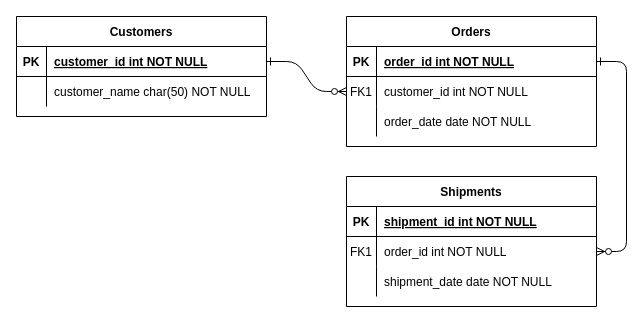
This is Untitled Diagram.drawio from 7ricard/shopify-youtube-etl, a draw.io file, before an edit. Source tidied: cells renumbered, new cells numbered last; positions are measured from the earlier drawing's top-left corner, leaving out a move shared by most shapes. Both pictures are drawn from the tidied source at 100%, with x=0, y=0 at pixel (16, 16).
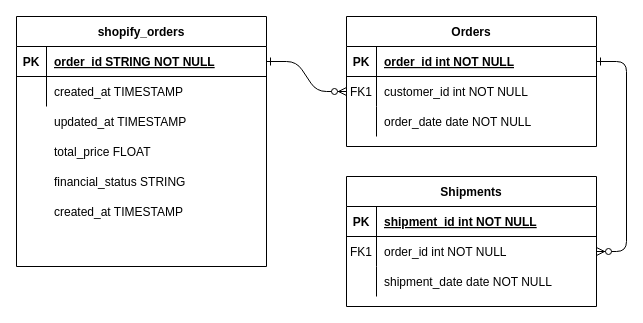
After the change.

Unchanged cells that the change refers to:
```xml
<mxCell id="25" style="shape=partialRectangle;fillColor=none;points=[[0,0.5],[1,0.5]];portConstraint=eastwest;top=0;left=0;right=0;bottom=1;" parent="24" vertex="1">
  <mxGeometry y="30" width="250" height="30" as="geometry" />
</mxCell>
<mxCell id="28" style="shape=partialRectangle;fillColor=none;top=0;left=0;right=0;bottom=0;" parent="24" vertex="1">
  <mxGeometry y="60" width="250" height="30" as="geometry" />
</mxCell>
```

What changed in the source:
```diff
@@
-    <mxCell id="24" value="Customers" style="shape=table;startSize=30;childLayout=tableLayout;rowLines=0;fontStyle=1;align=center;" parent="1" vertex="1">
-      <mxGeometry width="250" height="100" as="geometry" />
+    <mxCell id="24" value="shopify_orders" style="shape=table;startSize=30;childLayout=tableLayout;rowLines=0;fontStyle=1;align=center;" parent="1" vertex="1">
+      <mxGeometry width="250" height="250" as="geometry" />
     </mxCell>
@@
-    <mxCell id="27" value="customer_id int NOT NULL " style="shape=partialRectangle;overflow=hidden;fillColor=none;top=0;left=0;bottom=0;right=0;align=left;spacingLeft=6;fontStyle=5;" parent="25" vertex="1">
+    <mxCell id="27" value="order_id STRING NOT NULL" style="shape=partialRectangle;overflow=hidden;fillColor=none;top=0;left=0;bottom=0;right=0;align=left;spacingLeft=6;fontStyle=5;" parent="25" vertex="1">
       <mxGeometry x="30" width="220" height="30" as="geometry" />
     </mxCell>
@@
-    <mxCell id="30" value="customer_name char(50) NOT NULL" style="shape=partialRectangle;overflow=hidden;fillColor=none;top=0;left=0;bottom=0;right=0;align=left;spacingLeft=6;" parent="28" vertex="1">
+    <mxCell id="30" value="created_at TIMESTAMP" style="shape=partialRectangle;overflow=hidden;fillColor=none;top=0;left=0;bottom=0;right=0;align=left;spacingLeft=6;" parent="28" vertex="1">
       <mxGeometry x="30" width="220" height="30" as="geometry" />
     </mxCell>
+    <mxCell id="31" style="shape=partialRectangle;fillColor=none;top=0;left=0;right=0;bottom=0;" parent="1" vertex="1">
+      <mxGeometry y="90" width="250" height="30" as="geometry" />
+    </mxCell>
+    <mxCell id="32" style="shape=partialRectangle;overflow=hidden;fillColor=none;top=0;left=0;bottom=0;right=0;" parent="31" vertex="1">
+      <mxGeometry width="30" height="30" as="geometry" />
+    </mxCell>
+    <mxCell id="33" value="updated_at TIMESTAMP" style="shape=partialRectangle;overflow=hidden;fillColor=none;top=0;left=0;bottom=0;right=0;align=left;spacingLeft=6;" parent="31" vertex="1">
+      <mxGeometry x="30" width="220" height="30" as="geometry" />
+    </mxCell>
+    <mxCell id="34" style="shape=partialRectangle;fillColor=none;top=0;left=0;right=0;bottom=0;" parent="1" vertex="1">
+      <mxGeometry y="120" width="250" height="30" as="geometry" />
+    </mxCell>
+    <mxCell id="35" style="shape=partialRectangle;overflow=hidden;fillColor=none;top=0;left=0;bottom=0;right=0;" parent="34" vertex="1">
+      <mxGeometry width="30" height="30" as="geometry" />
+    </mxCell>
+    <mxCell id="36" value="total_price FLOAT" style="shape=partialRectangle;overflow=hidden;fillColor=none;top=0;left=0;bottom=0;right=0;align=left;spacingLeft=6;" parent="34" vertex="1">
+      <mxGeometry x="30" width="220" height="30" as="geometry" />
+    </mxCell>
+    <mxCell id="37" style="shape=partialRectangle;fillColor=none;top=0;left=0;right=0;bottom=0;" parent="1" vertex="1">
+      <mxGeometry y="150" width="250" height="30" as="geometry" />
+    </mxCell>
+    <mxCell id="38" style="shape=partialRectangle;overflow=hidden;fillColor=none;top=0;left=0;bottom=0;right=0;" parent="37" vertex="1">
+      <mxGeometry width="30" height="30" as="geometry" />
+    </mxCell>
+    <mxCell id="39" value="financial_status STRING" style="shape=partialRectangle;overflow=hidden;fillColor=none;top=0;left=0;bottom=0;right=0;align=left;spacingLeft=6;" parent="37" vertex="1">
+      <mxGeometry x="30" width="220" height="30" as="geometry" />
+    </mxCell>
+    <mxCell id="40" style="shape=partialRectangle;fillColor=none;top=0;left=0;right=0;bottom=0;" parent="1" vertex="1">
+      <mxGeometry y="180" width="250" height="30" as="geometry" />
+    </mxCell>
+    <mxCell id="41" style="shape=partialRectangle;overflow=hidden;fillColor=none;top=0;left=0;bottom=0;right=0;" parent="40" vertex="1">
+      <mxGeometry width="30" height="30" as="geometry" />
+    </mxCell>
+    <mxCell id="42" value="created_at TIMESTAMP" style="shape=partialRectangle;overflow=hidden;fillColor=none;top=0;left=0;bottom=0;right=0;align=left;spacingLeft=6;" parent="40" vertex="1">
+      <mxGeometry x="30" width="220" height="30" as="geometry" />
+    </mxCell>
```
